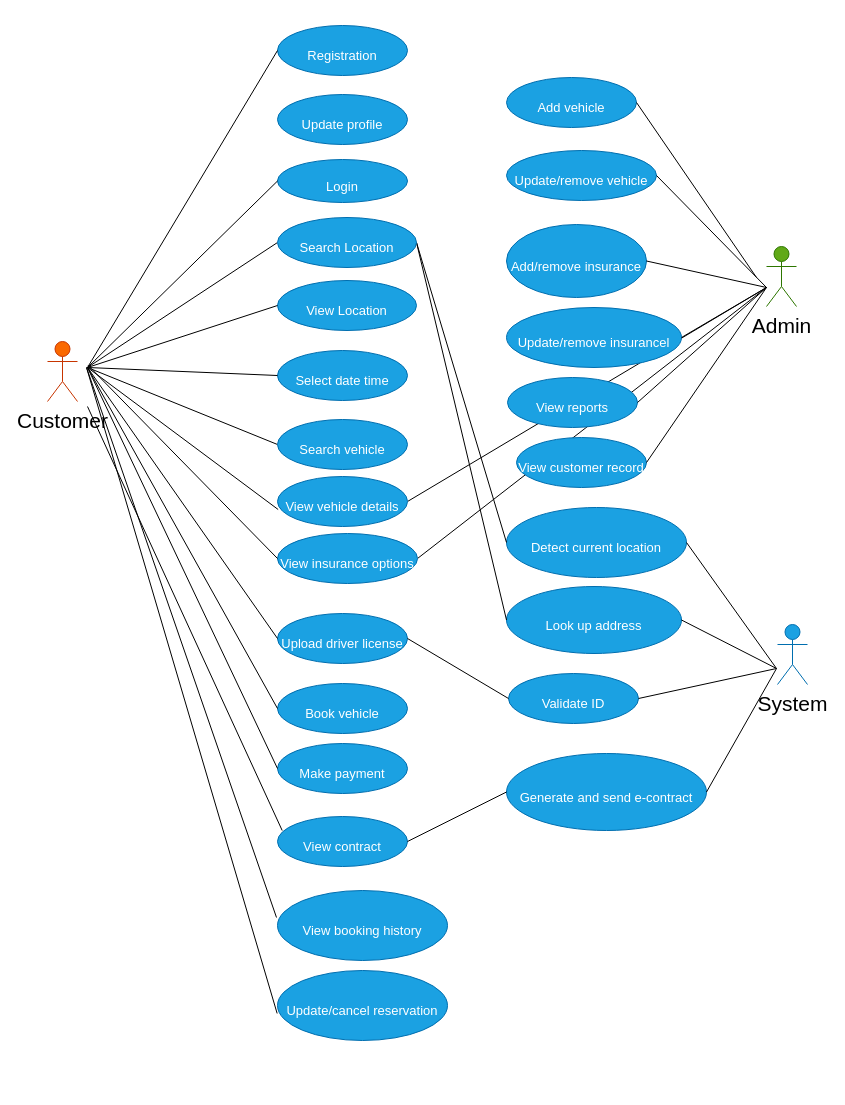
nguyenha1311/ha-diagrams keeps this draw.io diagram as page "Use case diagram" (2 of 5) of OnlineCarReservaction.drawio. Above is the earlier version. Source tidied: cells renumbered, new cells numbered last; positions are measured from the earlier drawing's top-left corner, leaving out a move shared by most shapes. Both pictures are drawn from the tidied source at 100%, with x=0, y=0 at pixel (47, 25).
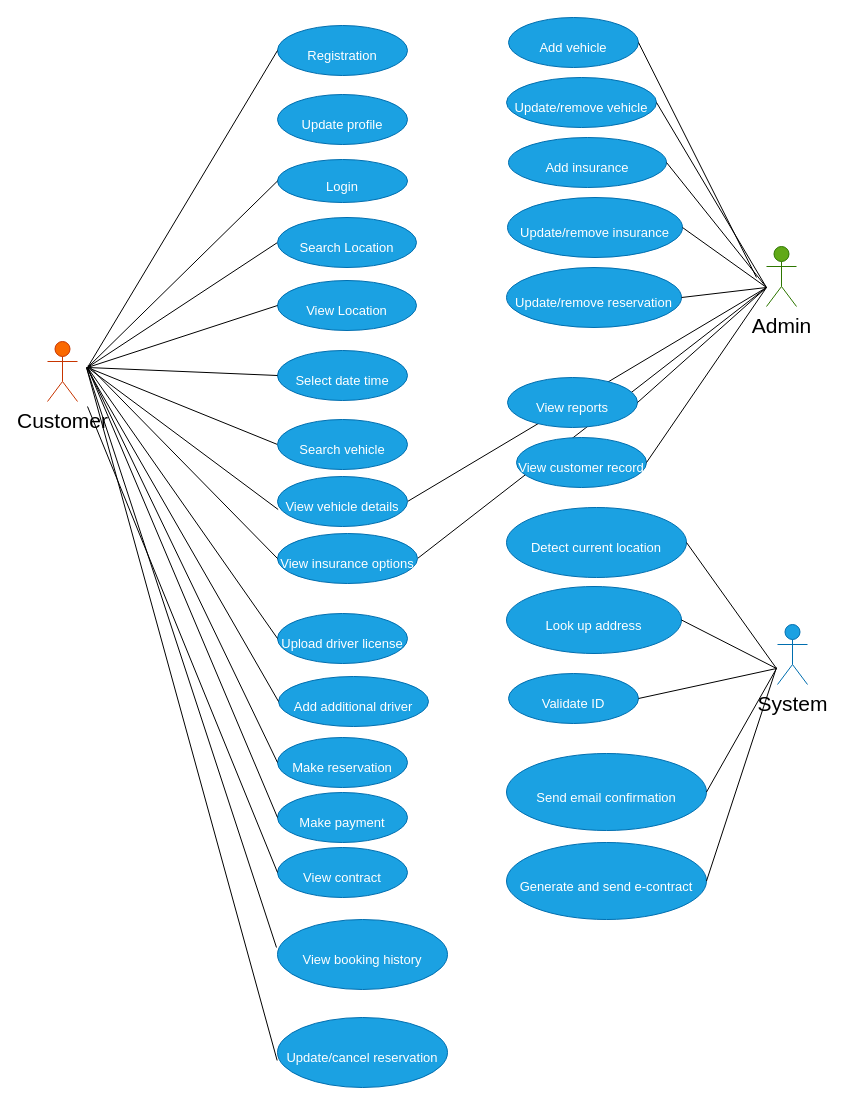
The same diagram, later.

Unchanged cells that the change refers to:
```xml
<mxCell id="11" value="&lt;div style=&quot;&quot;&gt;&lt;span style=&quot;background-color: initial;&quot;&gt;&lt;font style=&quot;font-size: 13px;&quot;&gt;Upload driver license&lt;/font&gt;&lt;/span&gt;&lt;/div&gt;" style="ellipse;whiteSpace=wrap;html=1;fontSize=29;fillColor=#1ba1e2;strokeColor=#006EAF;align=center;fontColor=#ffffff;" parent="1" vertex="1">
  <mxGeometry x="230" y="588" width="130" height="50" as="geometry" />
</mxCell>
<mxCell id="22" value="&lt;div style=&quot;&quot;&gt;&lt;span style=&quot;background-color: initial;&quot;&gt;&lt;font style=&quot;font-size: 13px;&quot;&gt;Validate ID&lt;/font&gt;&lt;/span&gt;&lt;/div&gt;" style="ellipse;whiteSpace=wrap;html=1;fontSize=29;fillColor=#1ba1e2;strokeColor=#006EAF;align=center;fontColor=#ffffff;" parent="1" vertex="1">
  <mxGeometry x="461" y="648" width="130" height="50" as="geometry" />
</mxCell>
<mxCell id="23" value="&lt;div style=&quot;&quot;&gt;&lt;span style=&quot;background-color: initial;&quot;&gt;&lt;font style=&quot;font-size: 13px;&quot;&gt;Detect current location&lt;/font&gt;&lt;/span&gt;&lt;/div&gt;" style="ellipse;whiteSpace=wrap;html=1;fontSize=29;fillColor=#1ba1e2;strokeColor=#006EAF;align=center;fontColor=#ffffff;" parent="1" vertex="1">
  <mxGeometry x="459" y="482" width="180" height="70" as="geometry" />
</mxCell>
<mxCell id="25" value="&lt;div style=&quot;&quot;&gt;&lt;span style=&quot;background-color: initial;&quot;&gt;&lt;font style=&quot;font-size: 13px;&quot;&gt;Look up address&lt;/font&gt;&lt;/span&gt;&lt;/div&gt;" style="ellipse;whiteSpace=wrap;html=1;fontSize=29;fillColor=#1ba1e2;strokeColor=#006EAF;align=center;fontColor=#ffffff;" parent="1" vertex="1">
  <mxGeometry x="459" y="561" width="175" height="67" as="geometry" />
</mxCell>
<mxCell id="59" value="&lt;div style=&quot;&quot;&gt;&lt;span style=&quot;background-color: initial;&quot;&gt;&lt;font style=&quot;font-size: 13px;&quot;&gt;Search Location&lt;/font&gt;&lt;/span&gt;&lt;/div&gt;" style="ellipse;whiteSpace=wrap;html=1;fontSize=29;fillColor=#1ba1e2;strokeColor=#006EAF;align=center;fontColor=#ffffff;" parent="1" vertex="1">
  <mxGeometry x="230" y="192" width="139" height="50" as="geometry" />
</mxCell>
```

Change to the diagram source:
```diff
@@
-    <mxCell id="12" value="&lt;div style=&quot;&quot;&gt;&lt;span style=&quot;background-color: initial;&quot;&gt;&lt;font style=&quot;font-size: 13px;&quot;&gt;Book vehicle&lt;/font&gt;&lt;/span&gt;&lt;/div&gt;" style="ellipse;whiteSpace=wrap;html=1;fontSize=29;fillColor=#1ba1e2;strokeColor=#006EAF;align=center;fontColor=#ffffff;" parent="1" vertex="1">
-      <mxGeometry x="230" y="658" width="130" height="50" as="geometry" />
+    <mxCell id="12" value="&lt;div style=&quot;&quot;&gt;&lt;span style=&quot;background-color: initial;&quot;&gt;&lt;font style=&quot;font-size: 13px;&quot;&gt;Make reservation&lt;/font&gt;&lt;/span&gt;&lt;/div&gt;" style="ellipse;whiteSpace=wrap;html=1;fontSize=29;fillColor=#1ba1e2;strokeColor=#006EAF;align=center;fontColor=#ffffff;" parent="1" vertex="1">
+      <mxGeometry x="230" y="712" width="130" height="50" as="geometry" />
     </mxCell>
     <mxCell id="13" value="&lt;div style=&quot;&quot;&gt;&lt;span style=&quot;background-color: initial;&quot;&gt;&lt;font style=&quot;font-size: 13px;&quot;&gt;Make payment&lt;/font&gt;&lt;/span&gt;&lt;/div&gt;" style="ellipse;whiteSpace=wrap;html=1;fontSize=29;fillColor=#1ba1e2;strokeColor=#006EAF;align=center;fontColor=#ffffff;" parent="1" vertex="1">
-      <mxGeometry x="230" y="718" width="130" height="50" as="geometry" />
+      <mxGeometry x="230" y="767" width="130" height="50" as="geometry" />
     </mxCell>
     <mxCell id="14" value="&lt;div style=&quot;&quot;&gt;&lt;span style=&quot;background-color: initial;&quot;&gt;&lt;font style=&quot;font-size: 13px;&quot;&gt;View contract&lt;/font&gt;&lt;/span&gt;&lt;/div&gt;" style="ellipse;whiteSpace=wrap;html=1;fontSize=29;fillColor=#1ba1e2;strokeColor=#006EAF;align=center;fontColor=#ffffff;" parent="1" vertex="1">
-      <mxGeometry x="230" y="791" width="130" height="50" as="geometry" />
+      <mxGeometry x="230" y="822" width="130" height="50" as="geometry" />
     </mxCell>
     <mxCell id="15" value="&lt;div style=&quot;&quot;&gt;&lt;span style=&quot;background-color: initial;&quot;&gt;&lt;font style=&quot;font-size: 13px;&quot;&gt;View booking history&lt;/font&gt;&lt;/span&gt;&lt;/div&gt;" style="ellipse;whiteSpace=wrap;html=1;fontSize=29;fillColor=#1ba1e2;strokeColor=#006EAF;align=center;fontColor=#ffffff;" parent="1" vertex="1">
-      <mxGeometry x="230" y="865" width="170" height="70" as="geometry" />
+      <mxGeometry x="230" y="894" width="170" height="70" as="geometry" />
     </mxCell>
     <mxCell id="16" value="&lt;div style=&quot;&quot;&gt;&lt;span style=&quot;background-color: initial;&quot;&gt;&lt;font style=&quot;font-size: 13px;&quot;&gt;Update/cancel reservation&lt;/font&gt;&lt;/span&gt;&lt;/div&gt;" style="ellipse;whiteSpace=wrap;html=1;fontSize=29;fillColor=#1ba1e2;strokeColor=#006EAF;align=center;fontColor=#ffffff;" parent="1" vertex="1">
-      <mxGeometry x="230" y="945" width="170" height="70" as="geometry" />
+      <mxGeometry x="230" y="992" width="170" height="70" as="geometry" />
     </mxCell>
     <mxCell id="17" value="&lt;div style=&quot;&quot;&gt;&lt;span style=&quot;background-color: initial;&quot;&gt;&lt;font style=&quot;font-size: 13px;&quot;&gt;Add vehicle&lt;/font&gt;&lt;/span&gt;&lt;/div&gt;" style="ellipse;whiteSpace=wrap;html=1;fontSize=29;fillColor=#1ba1e2;strokeColor=#006EAF;align=center;fontColor=#ffffff;" parent="1" vertex="1">
-      <mxGeometry x="459" y="52" width="130" height="50" as="geometry" />
+      <mxGeometry x="461" y="-8" width="130" height="50" as="geometry" />
     </mxCell>
     <mxCell id="18" value="&lt;div style=&quot;&quot;&gt;&lt;span style=&quot;background-color: initial;&quot;&gt;&lt;font style=&quot;font-size: 13px;&quot;&gt;Update/remove vehicle&lt;/font&gt;&lt;/span&gt;&lt;/div&gt;" style="ellipse;whiteSpace=wrap;html=1;fontSize=29;fillColor=#1ba1e2;strokeColor=#006EAF;align=center;fontColor=#ffffff;" parent="1" vertex="1">
-      <mxGeometry x="459" y="125" width="150" height="50" as="geometry" />
+      <mxGeometry x="459" y="52" width="150" height="50" as="geometry" />
     </mxCell>
@@
-    <mxCell id="20" value="&lt;div style=&quot;&quot;&gt;&lt;span style=&quot;background-color: initial;&quot;&gt;&lt;font style=&quot;font-size: 13px;&quot;&gt;Add/remove insurance&lt;/font&gt;&lt;/span&gt;&lt;/div&gt;" style="ellipse;whiteSpace=wrap;html=1;fontSize=29;fillColor=#1ba1e2;strokeColor=#006EAF;align=center;fontColor=#ffffff;" parent="1" vertex="1">
-      <mxGeometry x="459" y="199" width="140" height="73" as="geometry" />
+    <mxCell id="20" value="&lt;div style=&quot;&quot;&gt;&lt;span style=&quot;background-color: initial;&quot;&gt;&lt;font style=&quot;font-size: 13px;&quot;&gt;Add insurance&lt;/font&gt;&lt;/span&gt;&lt;/div&gt;" style="ellipse;whiteSpace=wrap;html=1;fontSize=29;fillColor=#1ba1e2;strokeColor=#006EAF;align=center;fontColor=#ffffff;" parent="1" vertex="1">
+      <mxGeometry x="461" y="112" width="158" height="50" as="geometry" />
     </mxCell>
-    <mxCell id="21" value="&lt;div style=&quot;&quot;&gt;&lt;span style=&quot;background-color: initial;&quot;&gt;&lt;font style=&quot;font-size: 13px;&quot;&gt;Update/remove insurancel&lt;/font&gt;&lt;/span&gt;&lt;/div&gt;" style="ellipse;whiteSpace=wrap;html=1;fontSize=29;fillColor=#1ba1e2;strokeColor=#006EAF;align=center;fontColor=#ffffff;" parent="1" vertex="1">
-      <mxGeometry x="459" y="282" width="175" height="60" as="geometry" />
+    <mxCell id="21" value="&lt;div style=&quot;&quot;&gt;&lt;span style=&quot;background-color: initial;&quot;&gt;&lt;font style=&quot;font-size: 13px;&quot;&gt;Update/remove insurance&lt;/font&gt;&lt;/span&gt;&lt;/div&gt;" style="ellipse;whiteSpace=wrap;html=1;fontSize=29;fillColor=#1ba1e2;strokeColor=#006EAF;align=center;fontColor=#ffffff;" parent="1" vertex="1">
+      <mxGeometry x="460" y="172" width="175" height="60" as="geometry" />
     </mxCell>
@@
-    <mxCell id="24" value="&lt;div style=&quot;&quot;&gt;&lt;span style=&quot;background-color: initial;&quot;&gt;&lt;font style=&quot;font-size: 13px;&quot;&gt;Generate and send e-contract&lt;/font&gt;&lt;/span&gt;&lt;/div&gt;" style="ellipse;whiteSpace=wrap;html=1;fontSize=29;fillColor=#1ba1e2;strokeColor=#006EAF;align=center;fontColor=#ffffff;" parent="1" vertex="1">
+    <mxCell id="24" value="&lt;div style=&quot;&quot;&gt;&lt;span style=&quot;background-color: initial;&quot;&gt;&lt;font style=&quot;font-size: 13px;&quot;&gt;Send email confirmation&lt;/font&gt;&lt;/span&gt;&lt;/div&gt;" style="ellipse;whiteSpace=wrap;html=1;fontSize=29;fillColor=#1ba1e2;strokeColor=#006EAF;align=center;fontColor=#ffffff;" parent="1" vertex="1">
       <mxGeometry x="459" y="728" width="200" height="77" as="geometry" />
     </mxCell>
@@
-    <mxCell id="29" style="endArrow=none;html=1;rounded=0;fontSize=21;fontColor=#000000;entryX=0.036;entryY=0.36;entryDx=0;entryDy=0;entryPerimeter=0;" parent="1" edge="1">
+    <mxCell id="29" style="endArrow=none;html=1;rounded=0;fontSize=21;fontColor=#000000;entryX=0;entryY=0.5;entryDx=0;entryDy=0;" parent="1" edge="1" target="14">
       <mxGeometry relative="1" as="geometry">
         <mxPoint x="40" y="381" as="sourcePoint" />
-        <mxPoint x="234.7" y="805" as="targetPoint" />
       </mxGeometry>
     </mxCell>
@@
-    <mxCell id="50" style="endArrow=none;html=1;rounded=0;fontSize=21;fontColor=#000000;entryX=1;entryY=0.5;entryDx=0;entryDy=0;exitX=0;exitY=0.5;exitDx=0;exitDy=0;" parent="1" edge="1" source="22" target="11">
-      <mxGeometry relative="1" as="geometry" />
-    </mxCell>
-    <mxCell id="51" style="endArrow=none;html=1;rounded=0;fontSize=21;fontColor=#000000;entryX=0;entryY=0.5;entryDx=0;entryDy=0;exitX=1;exitY=0.5;exitDx=0;exitDy=0;" parent="1" edge="1" source="59" target="23">
-      <mxGeometry relative="1" as="geometry" />
-    </mxCell>
-    <mxCell id="52" style="endArrow=none;html=1;rounded=0;fontSize=21;fontColor=#000000;entryX=0;entryY=0.5;entryDx=0;entryDy=0;exitX=1;exitY=0.5;exitDx=0;exitDy=0;" parent="1" edge="1" source="59" target="25">
-      <mxGeometry relative="1" as="geometry" />
-    </mxCell>
     <mxCell id="53" style="endArrow=none;html=1;rounded=0;fontSize=21;fontColor=#000000;" parent="1" edge="1">
       <mxGeometry relative="1" as="geometry">
         <mxPoint x="39" y="342" as="sourcePoint" />
-        <mxPoint x="229" y="892" as="targetPoint" />
+        <mxPoint x="229" y="922" as="targetPoint" />
       </mxGeometry>
     </mxCell>
@@
-    <mxCell id="55" style="endArrow=none;html=1;rounded=0;fontSize=21;fontColor=#000000;exitX=1;exitY=0.5;exitDx=0;exitDy=0;entryX=0;entryY=0.5;entryDx=0;entryDy=0;" parent="1" edge="1" source="14" target="24">
-      <mxGeometry relative="1" as="geometry" />
-    </mxCell>
@@
+    <mxCell id="60" value="&lt;div style=&quot;&quot;&gt;&lt;span style=&quot;background-color: initial;&quot;&gt;&lt;font style=&quot;font-size: 13px;&quot;&gt;Generate and send e-contract&lt;/font&gt;&lt;/span&gt;&lt;/div&gt;" style="ellipse;whiteSpace=wrap;html=1;fontSize=29;fillColor=#1ba1e2;strokeColor=#006EAF;align=center;fontColor=#ffffff;" parent="1" vertex="1">
+      <mxGeometry x="459" y="817" width="200" height="77" as="geometry" />
+    </mxCell>
+    <mxCell id="61" style="endArrow=none;html=1;rounded=0;fontSize=21;fontColor=#000000;exitX=1;exitY=0.5;exitDx=0;exitDy=0;" parent="1" edge="1" source="60">
+      <mxGeometry relative="1" as="geometry">
+        <mxPoint x="729" y="642" as="targetPoint" />
+      </mxGeometry>
+    </mxCell>
+    <mxCell id="62" value="&lt;div style=&quot;&quot;&gt;&lt;span style=&quot;background-color: initial;&quot;&gt;&lt;font style=&quot;font-size: 13px;&quot;&gt;Add additional driver&lt;/font&gt;&lt;/span&gt;&lt;/div&gt;" style="ellipse;whiteSpace=wrap;html=1;fontSize=29;fillColor=#1ba1e2;strokeColor=#006EAF;align=center;fontColor=#ffffff;" parent="1" vertex="1">
+      <mxGeometry x="231" y="651" width="150" height="50" as="geometry" />
+    </mxCell>
+    <mxCell id="63" style="endArrow=none;html=1;rounded=0;fontSize=21;fontColor=#000000;entryX=0;entryY=0.5;entryDx=0;entryDy=0;" parent="1" edge="1" target="62">
+      <mxGeometry relative="1" as="geometry">
+        <mxPoint x="39" y="342" as="sourcePoint" />
+      </mxGeometry>
+    </mxCell>
+    <mxCell id="64" value="&lt;div style=&quot;&quot;&gt;&lt;span style=&quot;background-color: initial;&quot;&gt;&lt;font style=&quot;font-size: 13px;&quot;&gt;Update/remove reservation&lt;/font&gt;&lt;/span&gt;&lt;/div&gt;" style="ellipse;whiteSpace=wrap;html=1;fontSize=29;fillColor=#1ba1e2;strokeColor=#006EAF;align=center;fontColor=#ffffff;" parent="1" vertex="1">
+      <mxGeometry x="459" y="242" width="175" height="60" as="geometry" />
+    </mxCell>
+    <mxCell id="65" style="endArrow=none;html=1;rounded=0;fontSize=21;fontColor=#000000;entryX=1;entryY=0.5;entryDx=0;entryDy=0;" parent="1" edge="1" target="64">
+      <mxGeometry relative="1" as="geometry">
+        <mxPoint x="719" y="262" as="sourcePoint" />
+      </mxGeometry>
+    </mxCell>
```
